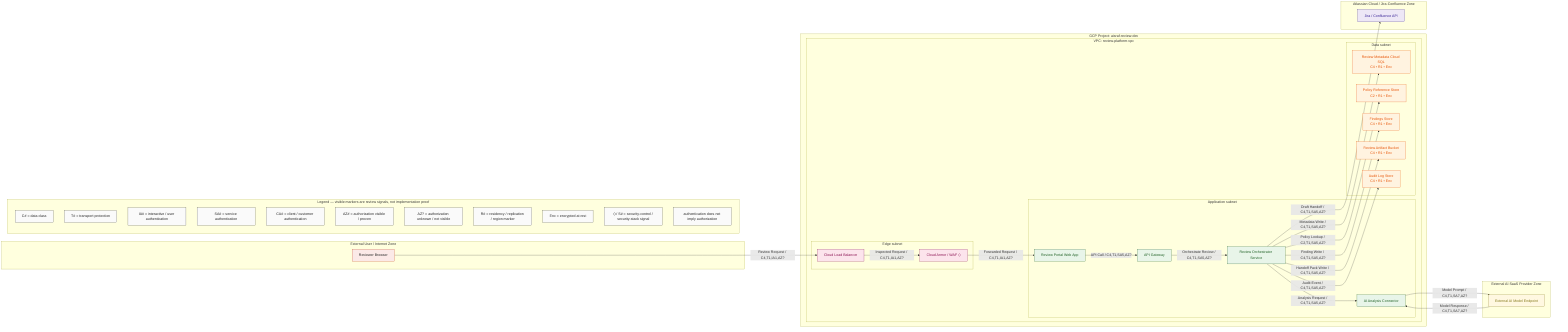
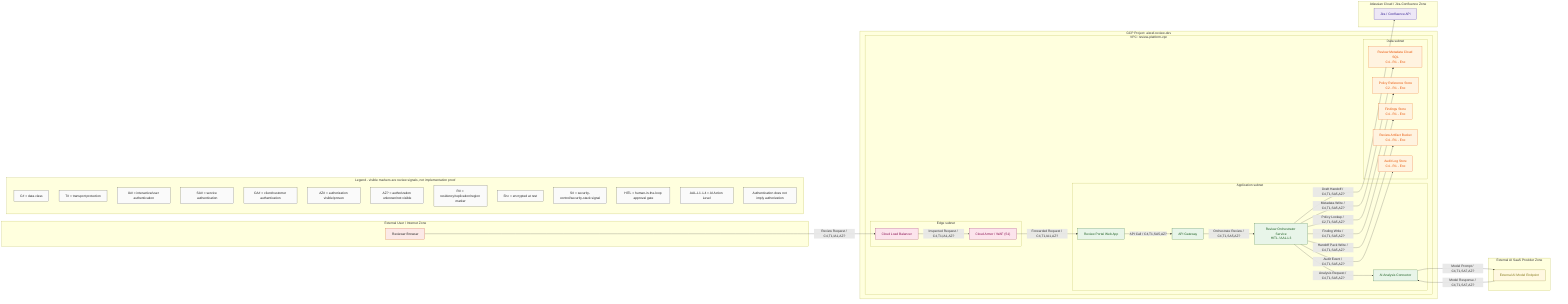
%% sample-001-dfd-crop — AI SaaS Security Review Portal (GCP-style architecture review DFD)
%% Synthetic DFD for AISRAF SAS Prototype v0.1.2.
- %% Build Package 10A corrective patch resolves BP12-SAMPLE-DFD-BLOCKER on the sample side.
- %% Default standard enforced:
- %%   - real architecture boundaries (no BND-* as primary visual labels)
- %%   - real component names (no CMP-* as primary visual labels)
- %%   - 4-token flow grammar: <flow name> / <C#>,<T#>,<IA#|SA#|CA#>,<AZ#|AZ?>
- %%   - data-store grammar: <class> • <R#> • <Enc|Tok|Mask|Clr|Unknown>
- %%   - authentication does not imply authorization; if authorization is not visibly proven, AZ? is the explicit unknown marker
- %%   - embedded legend subgraph rendered as part of the DFD
- %%   - extraction IDs (CMP-NN, BND-NN, F#, BC-NN) live only in expected baselines and analyst-output tables
- %% No real PII, PAN, SSN, PHI, secrets, credentials, or production endpoints.
- %% Regenerate the PNG with:
- %%   mmdc -i samples/sample-001-dfd-crop/inputs/dfd-crop.mmd \
- %%        -o samples/sample-001-dfd-crop/inputs/dfd-crop.png \
- %%        -w 2600 -H 1700 -b transparent
+ %% BP10A/BP11A corrected sample DFD. No real PII, PAN, SSN, PHI, secrets, credentials, or production endpoints.
flowchart LR
  classDef extZone fill:#fbe9e7,stroke:#bf360c,stroke-width:1px,color:#212121
-   classDef gcpProj fill:#e3f2fd,stroke:#0d47a1,stroke-width:1px,color:#0d47a1
-   classDef vpcZone fill:#f3e5f5,stroke:#4a148c,stroke-width:1px,color:#4a148c
  classDef edgeSub fill:#fce4ec,stroke:#880e4f,stroke-width:1px,color:#880e4f
  classDef appSub fill:#e8f5e9,stroke:#1b5e20,stroke-width:1px,color:#1b5e20
  classDef dataSub fill:#fff3e0,stroke:#e65100,stroke-width:1px,color:#e65100
  classDef saasZone fill:#fff8e1,stroke:#827717,stroke-width:1px,color:#827717
  classDef atlasZone fill:#ede7f6,stroke:#311b92,stroke-width:1px,color:#311b92
  classDef legendBox fill:#fafafa,stroke:#424242,stroke-width:1px,color:#212121

-   subgraph EXT[External User / Internet Zone]
+   subgraph EXT["External User / Internet Zone"]
    REVBR["Reviewer Browser"]:::extZone
  end

-   subgraph GCP[GCP Project: aisraf-review-dev]
-     subgraph VPC1[VPC: review-platform-vpc]
-       subgraph EDGE[Edge subnet]
+   subgraph GCP["GCP Project: aisraf-review-dev"]
+     subgraph VPC1["VPC: review-platform-vpc"]
+       subgraph EDGE["Edge subnet"]
        CLB["Cloud Load Balancer"]:::edgeSub
-         WAF["Cloud Armor / WAF ◇"]:::edgeSub
+         WAF["Cloud Armor / WAF (S1)"]:::edgeSub
      end
-       subgraph APP[Application subnet]
+ 
+       subgraph APP["Application subnet"]
        WEBAPP["Review Portal Web App"]:::appSub
        APIGW["API Gateway"]:::appSub
-         ORCH["Review Orchestrator Service"]:::appSub
+         ORCH["Review Orchestrator Service<br/>HITL / AAL-L3"]:::appSub
        AICONN["AI Analysis Connector"]:::appSub
      end
-       subgraph DATA[Data subnet]
-         SQLDB["Review Metadata Cloud SQL<br/>C4 • R1 • Enc"]:::dataSub
-         POLDB["Policy Reference Store<br/>C2 • R1 • Enc"]:::dataSub
-         FINDDB["Findings Store<br/>C4 • R1 • Enc"]:::dataSub
-         ARTBKT["Review Artifact Bucket<br/>C4 • R1 • Enc"]:::dataSub
-         AUDLG["Audit Log Store<br/>C4 • R1 • Enc"]:::dataSub
+ 
+       subgraph DATA["Data subnet"]
+         SQLDB["Review Metadata Cloud SQL<br/>C4 - R1 - Enc"]:::dataSub
+         POLDB["Policy Reference Store<br/>C2 - R1 - Enc"]:::dataSub
+         FINDDB["Findings Store<br/>C4 - R1 - Enc"]:::dataSub
+         ARTBKT["Review Artifact Bucket<br/>C4 - R1 - Enc"]:::dataSub
+         AUDLG["Audit Log Store<br/>C4 - R1 - Enc"]:::dataSub
      end
    end
  end

-   subgraph SAAS[External AI SaaS Provider Zone]
+   subgraph SAAS["External AI SaaS Provider Zone"]
    AIMODEL["External AI Model Endpoint"]:::saasZone
  end

-   subgraph ATL[Atlassian Cloud / Jira-Confluence Zone]
+   subgraph ATL["Atlassian Cloud / Jira-Confluence Zone"]
    JIRACONF["Jira / Confluence API"]:::atlasZone
  end

-   subgraph LEGEND[Legend — visible markers are review signals, not implementation proof]
+   subgraph LEGEND["Legend - visible markers are review signals, not implementation proof"]
    L1["C# = data class"]:::legendBox
    L2["T# = transport protection"]:::legendBox
-     L3["IA# = interactive / user authentication"]:::legendBox
+     L3["IA# = interactive/user authentication"]:::legendBox
    L4["SA# = service authentication"]:::legendBox
-     L5["CA# = client / customer authentication"]:::legendBox
-     L6["AZ# = authorization visible / proven"]:::legendBox
-     L7["AZ? = authorization unknown / not visible"]:::legendBox
-     L8["R# = residency / replication / region marker"]:::legendBox
+     L5["CA# = client/customer authentication"]:::legendBox
+     L6["AZ# = authorization visible/proven"]:::legendBox
+     L7["AZ? = authorization unknown/not visible"]:::legendBox
+     L8["R# = residency/replication/region marker"]:::legendBox
    L9["Enc = encrypted at rest"]:::legendBox
-     L10["◇ / S# = security-control / security-stack signal"]:::legendBox
-     L11["authentication does not imply authorization"]:::legendBox
+     L10["S# = security-control/security-stack signal"]:::legendBox
+     L11["HITL = human-in-the-loop approval gate"]:::legendBox
+     L12["AAL-L1..L4 = AI Action Level"]:::legendBox
+     L13["Authentication does not imply authorization"]:::legendBox
  end

  REVBR -- "Review Request / C4,T1,IA1,AZ?" --> CLB
  CLB -- "Inspected Request / C4,T1,IA1,AZ?" --> WAF
  WAF -- "Forwarded Request / C4,T1,IA1,AZ?" --> WEBAPP
  WEBAPP -- "API Call / C4,T1,SA5,AZ?" --> APIGW
  APIGW -- "Orchestrate Review / C4,T1,SA5,AZ?" --> ORCH
  ORCH -- "Metadata Write / C4,T1,SA5,AZ?" --> SQLDB
  ORCH -- "Policy Lookup / C2,T1,SA5,AZ?" --> POLDB
  ORCH -- "Analysis Request / C4,T1,SA5,AZ?" --> AICONN
  AICONN -- "Model Prompt / C4,T1,SA7,AZ?" --> AIMODEL
  AIMODEL -- "Model Response / C4,T1,SA7,AZ?" --> AICONN
  ORCH -- "Finding Write / C4,T1,SA5,AZ?" --> FINDDB
  ORCH -- "Handoff Pack Write / C4,T1,SA5,AZ?" --> ARTBKT
  ORCH -- "Audit Event / C4,T1,SA5,AZ?" --> AUDLG
  ORCH -- "Draft Handoff / C4,T1,SA5,AZ?" --> JIRACONF
